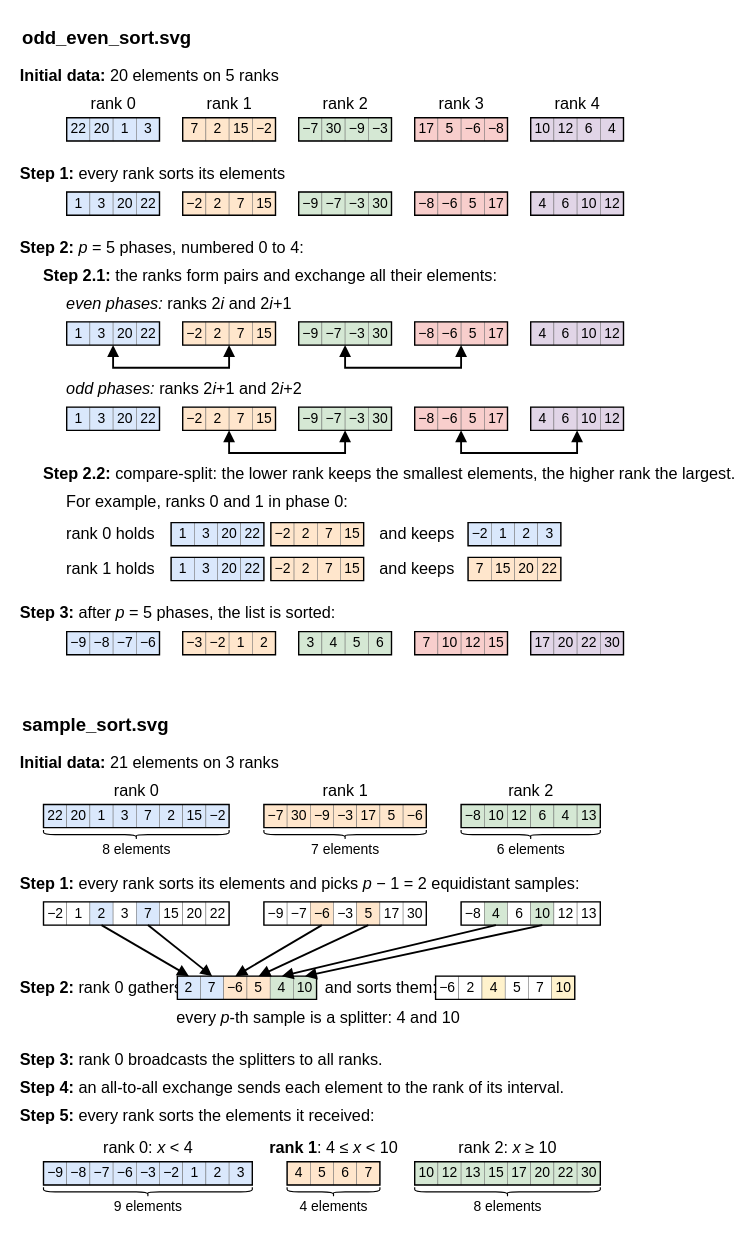
This is assets/distributed-sort/distributed-sort.drawio from brunomaga/brunomaga.github.io, a draw.io file, before an edit. Source tidied: cells renumbered, new cells numbered last; positions are measured from the earlier drawing's top-left corner, leaving out a move shared by most shapes. Both pictures are drawn from the tidied source at 116%, with x=0, y=0 at pixel (20, 20).
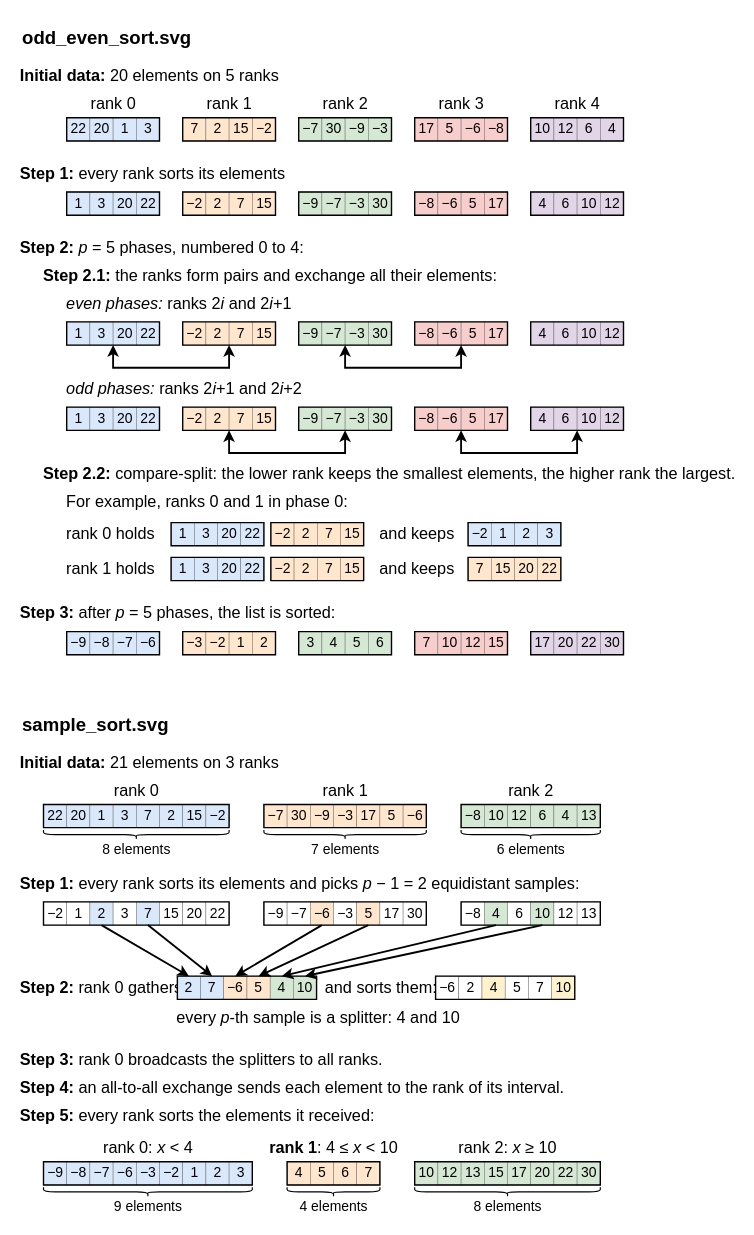
The same page after the edit.

Unchanged cells that the change refers to:
```xml
<mxCell id="3" style="group;fontFamily=Source Sans 3;" parent="1" vertex="1">
  <mxGeometry y="40" width="580" height="492" as="geometry" />
</mxCell>
<mxCell id="182" style="group;fontFamily=Source Sans 3;" parent="1" vertex="1">
  <mxGeometry y="632" width="500" height="398.4" as="geometry" />
</mxCell>
```

Change to the diagram source:
```diff
@@
-    <mxCell id="74" style="endArrow=block;endFill=1;endSize=6;html=1;rounded=0;strokeColor=#000000;strokeWidth=1.6;fontFamily=Source Sans 3;fontSize=14;fontColor=#000000;startArrow=block;startFill=1;startSize=6;" parent="3" edge="1">
+    <mxCell id="74" style="endArrow=classic;endFill=1;endSize=5;html=1;rounded=0;strokeColor=#000000;strokeWidth=1.6;fontFamily=Source Sans 3;fontSize=14;fontColor=#000000;startArrow=classic;startFill=1;startSize=5;" parent="3" edge="1">
       <mxGeometry relative="1" as="geometry">
         <mxPoint x="80" y="240" as="sourcePoint" />
         <mxPoint x="180" y="240" as="targetPoint" />
         <Array as="points">
           <mxPoint x="80" y="259.5" />
           <mxPoint x="180" y="259.5" />
         </Array>
       </mxGeometry>
     </mxCell>
-    <mxCell id="75" style="endArrow=block;endFill=1;endSize=6;html=1;rounded=0;strokeColor=#000000;strokeWidth=1.6;fontFamily=Source Sans 3;fontSize=14;fontColor=#000000;startArrow=block;startFill=1;startSize=6;" parent="3" edge="1">
+    <mxCell id="75" style="endArrow=classic;endFill=1;endSize=5;html=1;rounded=0;strokeColor=#000000;strokeWidth=1.6;fontFamily=Source Sans 3;fontSize=14;fontColor=#000000;startArrow=classic;startFill=1;startSize=5;" parent="3" edge="1">
       <mxGeometry relative="1" as="geometry">
         <mxPoint x="280" y="240" as="sourcePoint" />
         <mxPoint x="380" y="240" as="targetPoint" />
         <Array as="points">
           <mxPoint x="280" y="259.5" />
           <mxPoint x="380" y="259.5" />
         </Array>
       </mxGeometry>
     </mxCell>
@@
-    <mxCell id="97" style="endArrow=block;endFill=1;endSize=6;html=1;rounded=0;strokeColor=#000000;strokeWidth=1.6;fontFamily=Source Sans 3;fontSize=14;fontColor=#000000;startArrow=block;startFill=1;startSize=6;" parent="3" edge="1">
+    <mxCell id="97" style="endArrow=classic;endFill=1;endSize=5;html=1;rounded=0;strokeColor=#000000;strokeWidth=1.6;fontFamily=Source Sans 3;fontSize=14;fontColor=#000000;startArrow=classic;startFill=1;startSize=5;" parent="3" edge="1">
       <mxGeometry relative="1" as="geometry">
         <mxPoint x="180" y="313.5" as="sourcePoint" />
         <mxPoint x="280" y="313.5" as="targetPoint" />
         <Array as="points">
           <mxPoint x="180" y="333" />
           <mxPoint x="280" y="333" />
         </Array>
       </mxGeometry>
     </mxCell>
-    <mxCell id="98" style="endArrow=block;endFill=1;endSize=6;html=1;rounded=0;strokeColor=#000000;strokeWidth=1.6;fontFamily=Source Sans 3;fontSize=14;fontColor=#000000;startArrow=block;startFill=1;startSize=6;" parent="3" edge="1">
+    <mxCell id="98" style="endArrow=classic;endFill=1;endSize=5;html=1;rounded=0;strokeColor=#000000;strokeWidth=1.6;fontFamily=Source Sans 3;fontSize=14;fontColor=#000000;startArrow=classic;startFill=1;startSize=5;" parent="3" edge="1">
       <mxGeometry relative="1" as="geometry">
         <mxPoint x="380" y="313.5" as="sourcePoint" />
         <mxPoint x="480" y="313.5" as="targetPoint" />
         <Array as="points">
           <mxPoint x="380" y="333" />
           <mxPoint x="480" y="333" />
         </Array>
       </mxGeometry>
     </mxCell>
@@
-    <mxCell id="243" style="endArrow=block;endFill=1;endSize=6;html=1;rounded=0;strokeColor=#000000;strokeWidth=1.6;fontFamily=Source Sans 3;fontSize=14;fontColor=#000000;" parent="182" edge="1">
+    <mxCell id="243" style="endArrow=classic;endFill=1;endSize=5;html=1;rounded=0;strokeColor=#000000;strokeWidth=1.6;fontFamily=Source Sans 3;fontSize=14;fontColor=#000000;" parent="182" edge="1">
       <mxGeometry relative="1" as="geometry">
         <mxPoint x="70" y="148" as="sourcePoint" />
         <mxPoint x="145.4" y="192" as="targetPoint" />
       </mxGeometry>
     </mxCell>
-    <mxCell id="244" style="endArrow=block;endFill=1;endSize=6;html=1;rounded=0;strokeColor=#000000;strokeWidth=1.6;fontFamily=Source Sans 3;fontSize=14;fontColor=#000000;" parent="182" edge="1">
+    <mxCell id="244" style="endArrow=classic;endFill=1;endSize=5;html=1;rounded=0;strokeColor=#000000;strokeWidth=1.6;fontFamily=Source Sans 3;fontSize=14;fontColor=#000000;" parent="182" edge="1">
       <mxGeometry relative="1" as="geometry">
         <mxPoint x="110" y="148" as="sourcePoint" />
         <mxPoint x="165.4" y="192" as="targetPoint" />
       </mxGeometry>
     </mxCell>
-    <mxCell id="245" style="endArrow=block;endFill=1;endSize=6;html=1;rounded=0;strokeColor=#000000;strokeWidth=1.6;fontFamily=Source Sans 3;fontSize=14;fontColor=#000000;" parent="182" edge="1">
+    <mxCell id="245" style="endArrow=classic;endFill=1;endSize=5;html=1;rounded=0;strokeColor=#000000;strokeWidth=1.6;fontFamily=Source Sans 3;fontSize=14;fontColor=#000000;" parent="182" edge="1">
       <mxGeometry relative="1" as="geometry">
         <mxPoint x="260" y="148" as="sourcePoint" />
         <mxPoint x="185.4" y="192" as="targetPoint" />
       </mxGeometry>
     </mxCell>
-    <mxCell id="246" style="endArrow=block;endFill=1;endSize=6;html=1;rounded=0;strokeColor=#000000;strokeWidth=1.6;fontFamily=Source Sans 3;fontSize=14;fontColor=#000000;" parent="182" edge="1">
+    <mxCell id="246" style="endArrow=classic;endFill=1;endSize=5;html=1;rounded=0;strokeColor=#000000;strokeWidth=1.6;fontFamily=Source Sans 3;fontSize=14;fontColor=#000000;" parent="182" edge="1">
       <mxGeometry relative="1" as="geometry">
         <mxPoint x="300" y="148" as="sourcePoint" />
         <mxPoint x="205.4" y="192" as="targetPoint" />
       </mxGeometry>
     </mxCell>
-    <mxCell id="247" style="endArrow=block;endFill=1;endSize=6;html=1;rounded=0;strokeColor=#000000;strokeWidth=1.6;fontFamily=Source Sans 3;fontSize=14;fontColor=#000000;" parent="182" edge="1">
+    <mxCell id="247" style="endArrow=classic;endFill=1;endSize=5;html=1;rounded=0;strokeColor=#000000;strokeWidth=1.6;fontFamily=Source Sans 3;fontSize=14;fontColor=#000000;" parent="182" edge="1">
       <mxGeometry relative="1" as="geometry">
         <mxPoint x="410" y="148" as="sourcePoint" />
         <mxPoint x="225.4" y="192" as="targetPoint" />
       </mxGeometry>
     </mxCell>
-    <mxCell id="248" style="endArrow=block;endFill=1;endSize=6;html=1;rounded=0;strokeColor=#000000;strokeWidth=1.6;fontFamily=Source Sans 3;fontSize=14;fontColor=#000000;" parent="182" edge="1">
+    <mxCell id="248" style="endArrow=classic;endFill=1;endSize=5;html=1;rounded=0;strokeColor=#000000;strokeWidth=1.6;fontFamily=Source Sans 3;fontSize=14;fontColor=#000000;" parent="182" edge="1">
       <mxGeometry relative="1" as="geometry">
         <mxPoint x="450" y="148" as="sourcePoint" />
         <mxPoint x="245.4" y="192" as="targetPoint" />
       </mxGeometry>
     </mxCell>
```
